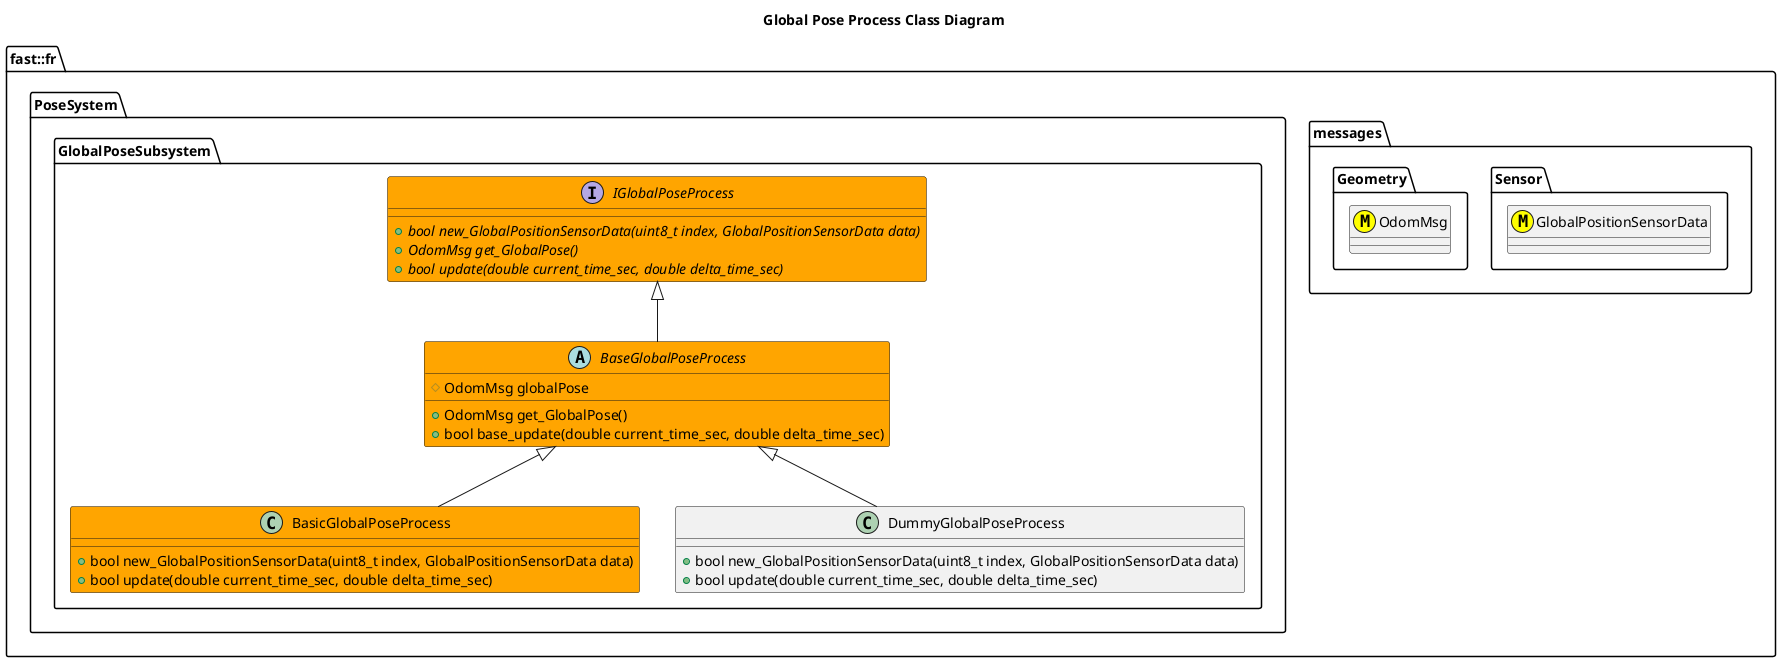
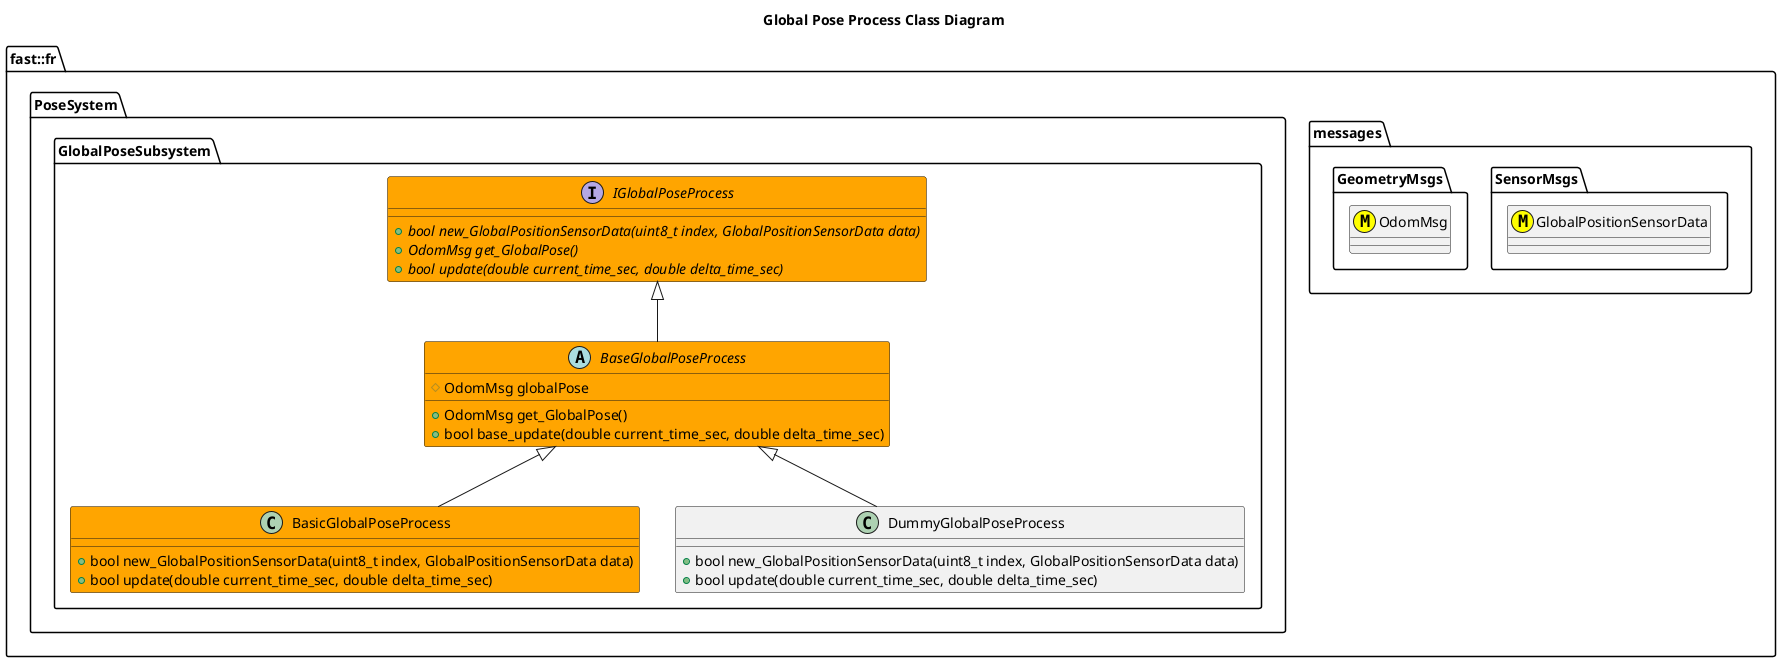
@startuml
title Global Pose Process Class Diagram

namespace fast::fr {
  namespace messages {
-     namespace Sensor {
+     namespace SensorMsgs {
      class GlobalPositionSensorData <<(M,#FFFF00)>>
    }
-     namespace Geometry {
+     namespace GeometryMsgs {
      class OdomMsg <<(M,#FFFF00)>>
    }
  }
  namespace PoseSystem {
    namespace GlobalPoseSubsystem {
        interface IGlobalPoseProcess #Orange {
          +{abstract} bool new_GlobalPositionSensorData(uint8_t index, GlobalPositionSensorData data)
          +{abstract} OdomMsg get_GlobalPose()
          +{abstract} bool update(double current_time_sec, double delta_time_sec)
        }
        abstract BaseGlobalPoseProcess #Orange {
          +OdomMsg get_GlobalPose()
          +bool base_update(double current_time_sec, double delta_time_sec)
          #OdomMsg globalPose

        }
        BaseGlobalPoseProcess -up-|> IGlobalPoseProcess
        class BasicGlobalPoseProcess #Orange {
          +bool new_GlobalPositionSensorData(uint8_t index, GlobalPositionSensorData data)
          +bool update(double current_time_sec, double delta_time_sec)
        }
        BasicGlobalPoseProcess -up-|> BaseGlobalPoseProcess
        class DummyGlobalPoseProcess {
          +bool new_GlobalPositionSensorData(uint8_t index, GlobalPositionSensorData data)
          +bool update(double current_time_sec, double delta_time_sec)
        }
        DummyGlobalPoseProcess -up-|> BaseGlobalPoseProcess
    }
  }
}
@enduml